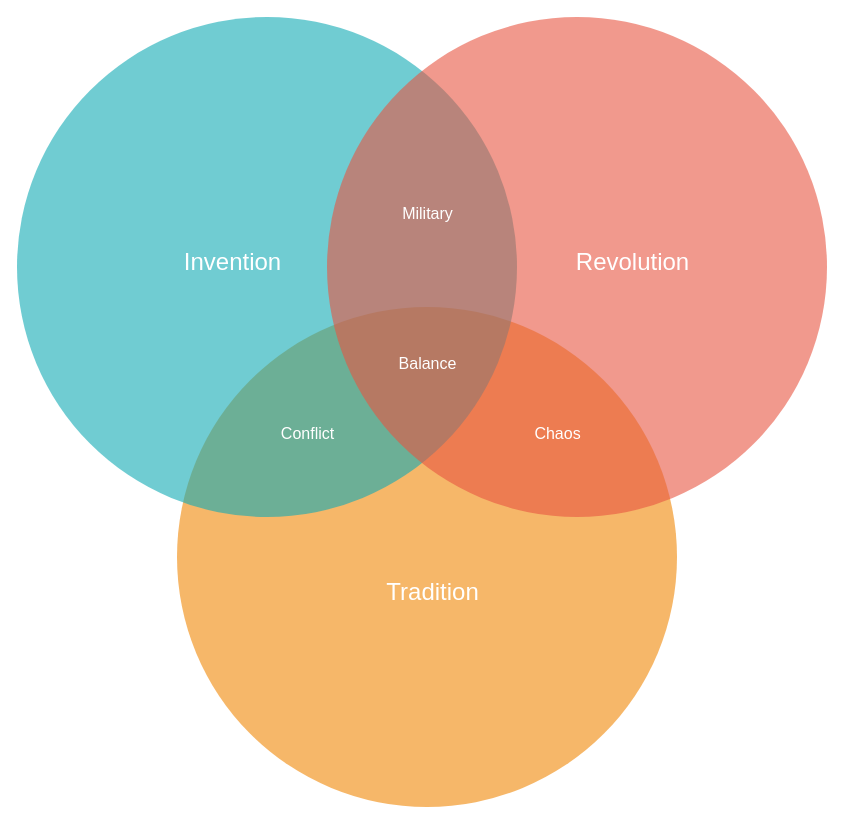
Before: ven1.drawio in igoresz/drawio_diagrams, a draw.io diagram. Source tidied: cells renumbered, new cells numbered last; positions are measured from the earlier drawing's top-left corner, leaving out a move shared by most shapes. Both pictures are drawn from the tidied source at 100%, with x=0, y=0 at pixel (17, 16).
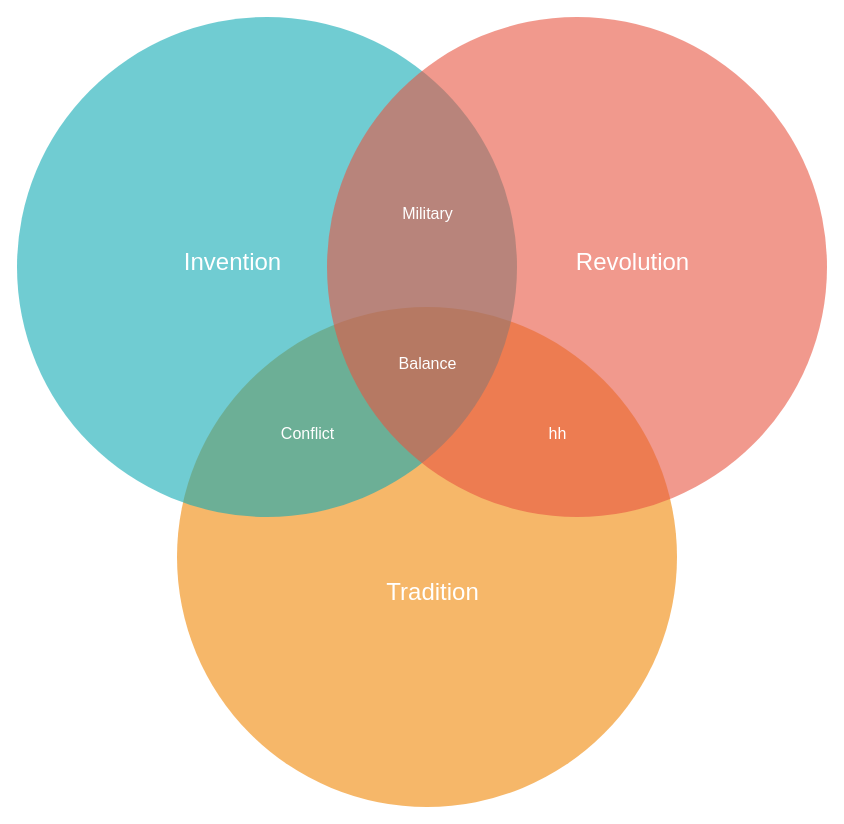
The same page after the edit.

Change to the diagram source:
```diff
@@
 <mxGraphModel background="#ffffff">
   <root>
     <mxCell id="0" />
     <mxCell id="1" parent="0" />
     <mxCell id="2" style="ellipse;fillColor=#F08705;opacity=60;strokeColor=none;html=1;fontColor=#FFFFFF;" parent="1" vertex="1">
       <mxGeometry x="159.5" y="290.5" width="500" height="500" as="geometry" />
     </mxCell>
     <mxCell id="3" style="ellipse;fillColor=#12AAB5;opacity=60;strokeColor=none;html=1;fontColor=#FFFFFF;" parent="1" vertex="1">
       <mxGeometry x="-0.5" y="0.5" width="500" height="500" as="geometry" />
     </mxCell>
     <mxCell id="4" style="ellipse;fillColor=#e85642;opacity=60;strokeColor=none;html=1;fontColor=#FFFFFF;" parent="1" vertex="1">
       <mxGeometry x="309.5" y="0.5" width="500" height="500" as="geometry" />
     </mxCell>
     <mxCell id="5" value="Invention" style="text;fontSize=24;align=center;verticalAlign=middle;html=1;fontColor=#FFFFFF;" parent="1" vertex="1">
       <mxGeometry x="119.5" y="210.5" width="190" height="70" as="geometry" />
     </mxCell>
     <mxCell id="6" value="Revolution" style="text;fontSize=24;align=center;verticalAlign=middle;html=1;fontColor=#FFFFFF;" parent="1" vertex="1">
       <mxGeometry x="519.5" y="210.5" width="190" height="70" as="geometry" />
     </mxCell>
     <mxCell id="7" value="Tradition" style="text;fontSize=24;align=center;verticalAlign=middle;html=1;fontColor=#FFFFFF;" parent="1" vertex="1">
       <mxGeometry x="319.5" y="540.5" width="190" height="70" as="geometry" />
     </mxCell>
     <mxCell id="8" value="Military" style="text;align=center;html=1;fontColor=#FFFFFF;fontSize=16;" parent="1" vertex="1">
       <mxGeometry x="389.5" y="180.5" width="40" height="40" as="geometry" />
     </mxCell>
     <mxCell id="9" value="Conflict" style="text;align=center;html=1;fontColor=#FFFFFF;fontSize=16;" parent="1" vertex="1">
       <mxGeometry x="269.5" y="400.5" width="40" height="40" as="geometry" />
     </mxCell>
-    <mxCell id="10" value="Chaos" style="text;align=center;html=1;fontColor=#FFFFFF;fontSize=16;" parent="1" vertex="1">
+    <mxCell id="10" value="hh" style="text;align=center;html=1;fontColor=#FFFFFF;fontSize=16;" parent="1" vertex="1">
       <mxGeometry x="519.5" y="400.5" width="40" height="40" as="geometry" />
     </mxCell>
     <mxCell id="11" value="Balance" style="text;align=center;html=1;fontColor=#FFFFFF;fontSize=16;" parent="1" vertex="1">
       <mxGeometry x="389.5" y="330.5" width="40" height="40" as="geometry" />
     </mxCell>
   </root>
 </mxGraphModel>
```
